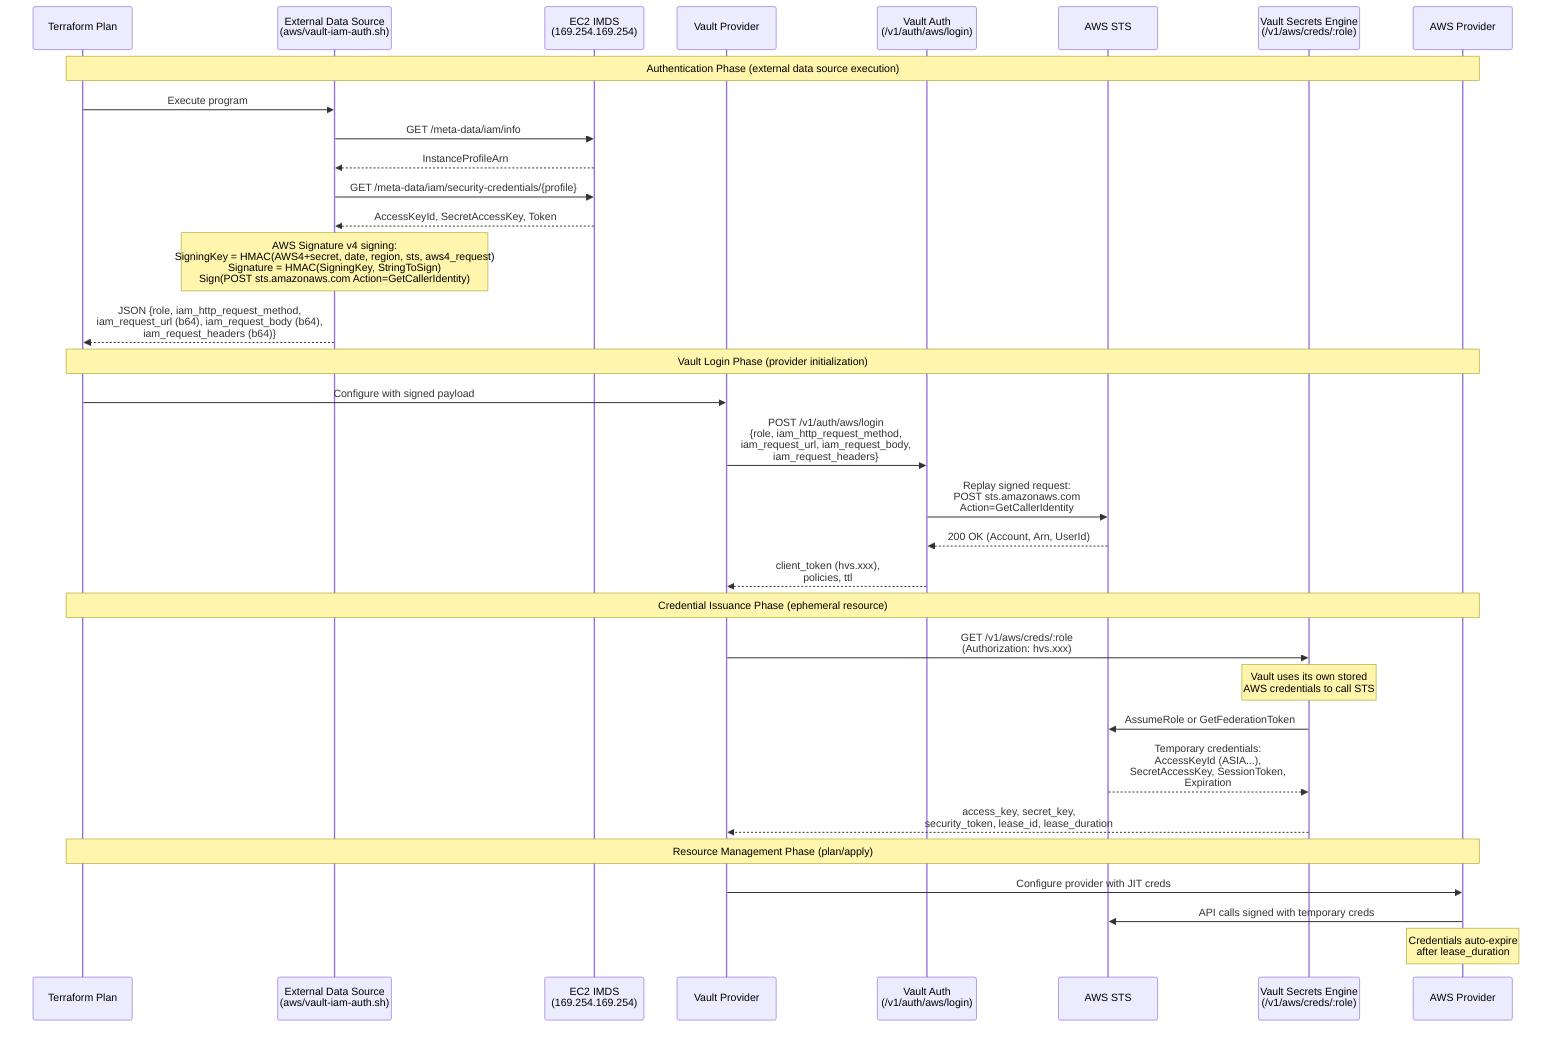
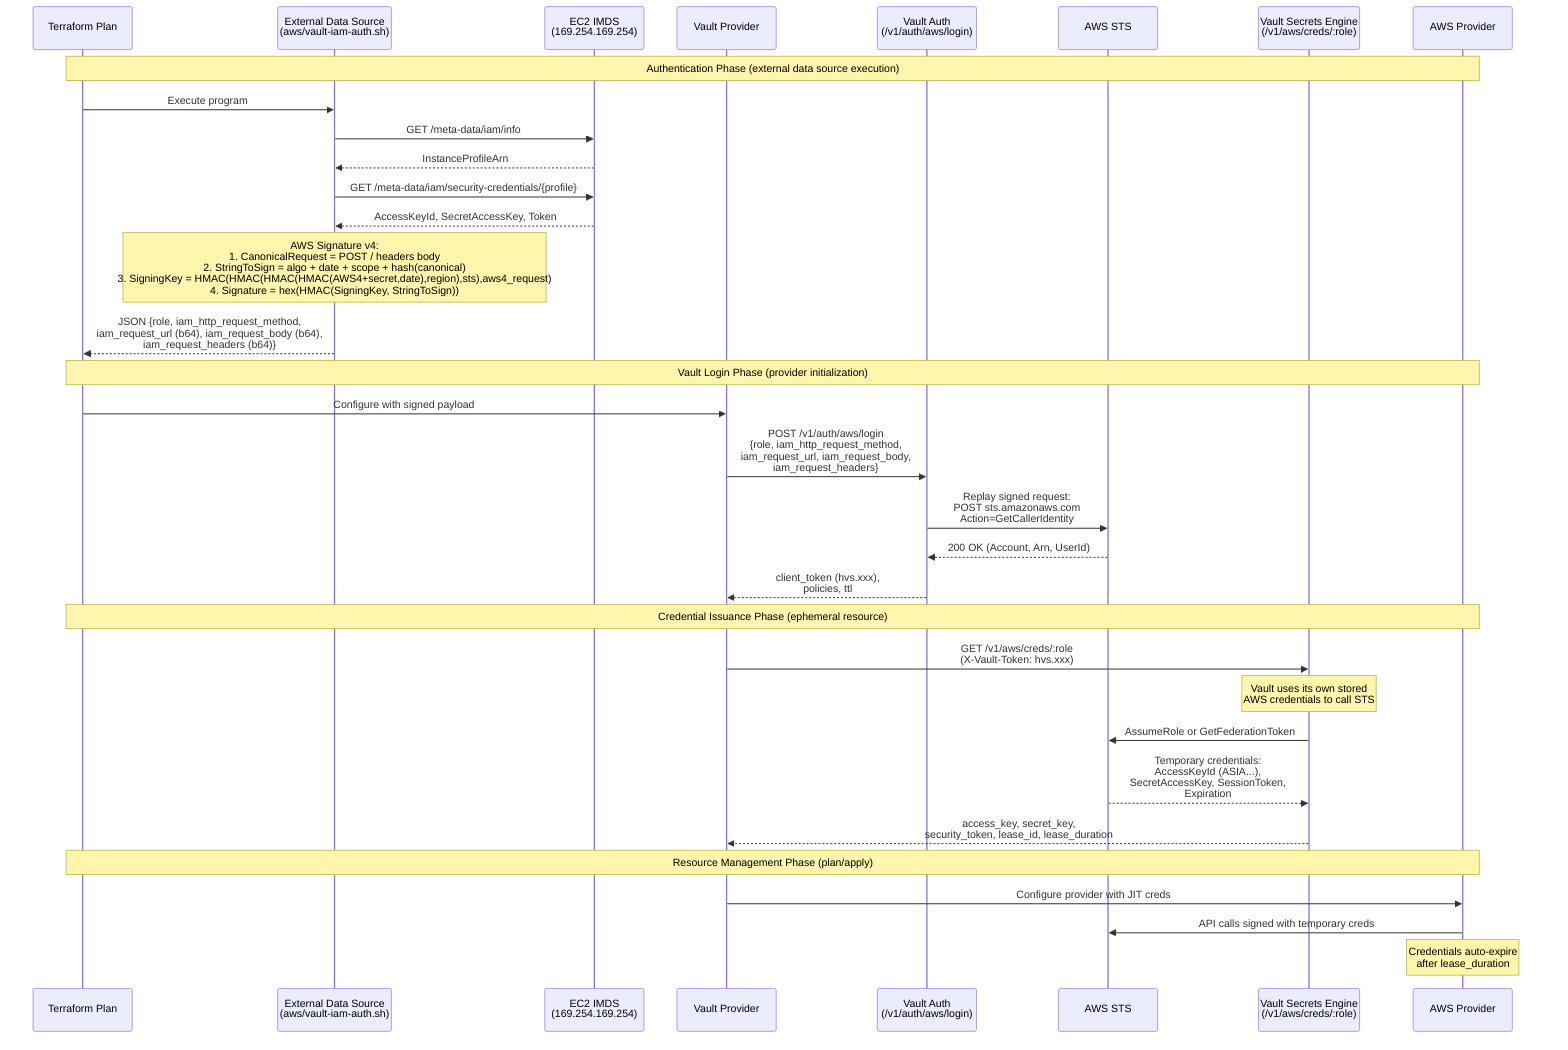
sequenceDiagram
    participant TF as Terraform Plan
    participant EXT as External Data Source<br/>(aws/vault-iam-auth.sh)
    participant IMDS as EC2 IMDS<br/>(169.254.169.254)
    participant VP as Vault Provider
    participant VAUTH as Vault Auth<br/>(/v1/auth/aws/login)
    participant STS as AWS STS
    participant VSE as Vault Secrets Engine<br/>(/v1/aws/creds/:role)
    participant AWS as AWS Provider

    Note over TF,AWS: Authentication Phase (external data source execution)
    TF->>EXT: Execute program
    EXT->>IMDS: GET /meta-data/iam/info
    IMDS-->>EXT: InstanceProfileArn
    EXT->>IMDS: GET /meta-data/iam/security-credentials/{profile}
    IMDS-->>EXT: AccessKeyId, SecretAccessKey, Token
-     Note over EXT: AWS Signature v4 signing:<br/>SigningKey = HMAC(AWS4+secret, date, region, sts, aws4_request)<br/>Signature = HMAC(SigningKey, StringToSign)<br/>Sign(POST sts.amazonaws.com Action=GetCallerIdentity)
+     Note over EXT: AWS Signature v4:<br/>1. CanonicalRequest = POST / headers body<br/>2. StringToSign = algo + date + scope + hash(canonical)<br/>3. SigningKey = HMAC(HMAC(HMAC(HMAC(AWS4+secret,date),region),sts),aws4_request)<br/>4. Signature = hex(HMAC(SigningKey, StringToSign))
    EXT-->>TF: JSON {role, iam_http_request_method,<br/>iam_request_url (b64), iam_request_body (b64),<br/>iam_request_headers (b64)}

    Note over TF,AWS: Vault Login Phase (provider initialization)
    TF->>VP: Configure with signed payload
    VP->>VAUTH: POST /v1/auth/aws/login<br/>{role, iam_http_request_method,<br/>iam_request_url, iam_request_body,<br/>iam_request_headers}
    VAUTH->>STS: Replay signed request:<br/>POST sts.amazonaws.com<br/>Action=GetCallerIdentity
    STS-->>VAUTH: 200 OK (Account, Arn, UserId)
    VAUTH-->>VP: client_token (hvs.xxx),<br/>policies, ttl

    Note over TF,AWS: Credential Issuance Phase (ephemeral resource)
-     VP->>VSE: GET /v1/aws/creds/:role<br/>(Authorization: hvs.xxx)
+     VP->>VSE: GET /v1/aws/creds/:role<br/>(X-Vault-Token: hvs.xxx)
    Note over VSE: Vault uses its own stored<br/>AWS credentials to call STS
    VSE->>STS: AssumeRole or GetFederationToken
    STS-->>VSE: Temporary credentials:<br/>AccessKeyId (ASIA...),<br/>SecretAccessKey, SessionToken,<br/>Expiration
    VSE-->>VP: access_key, secret_key,<br/>security_token, lease_id, lease_duration

    Note over TF,AWS: Resource Management Phase (plan/apply)
    VP->>AWS: Configure provider with JIT creds
    AWS->>STS: API calls signed with temporary creds
    Note over AWS: Credentials auto-expire<br/>after lease_duration
